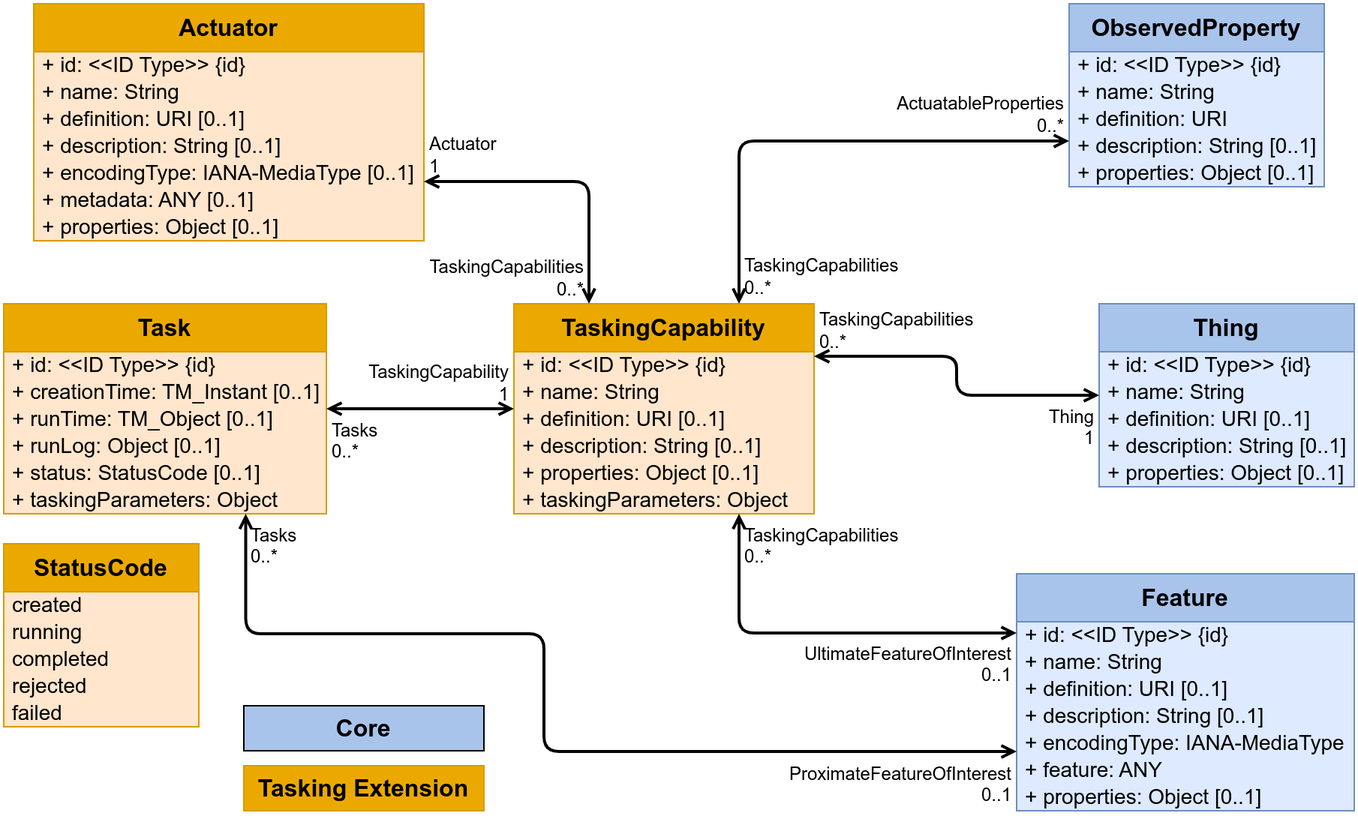
Before: figures/Datamodel-SensorThingsApi-V2-Tasking.drawio.png, a diagram exported from draw.io (opengeospatial/sensorthings). Source tidied: cells renumbered, new cells last; positions are measured from the earlier drawing's top-left corner, leaving out a move shared by most shapes.
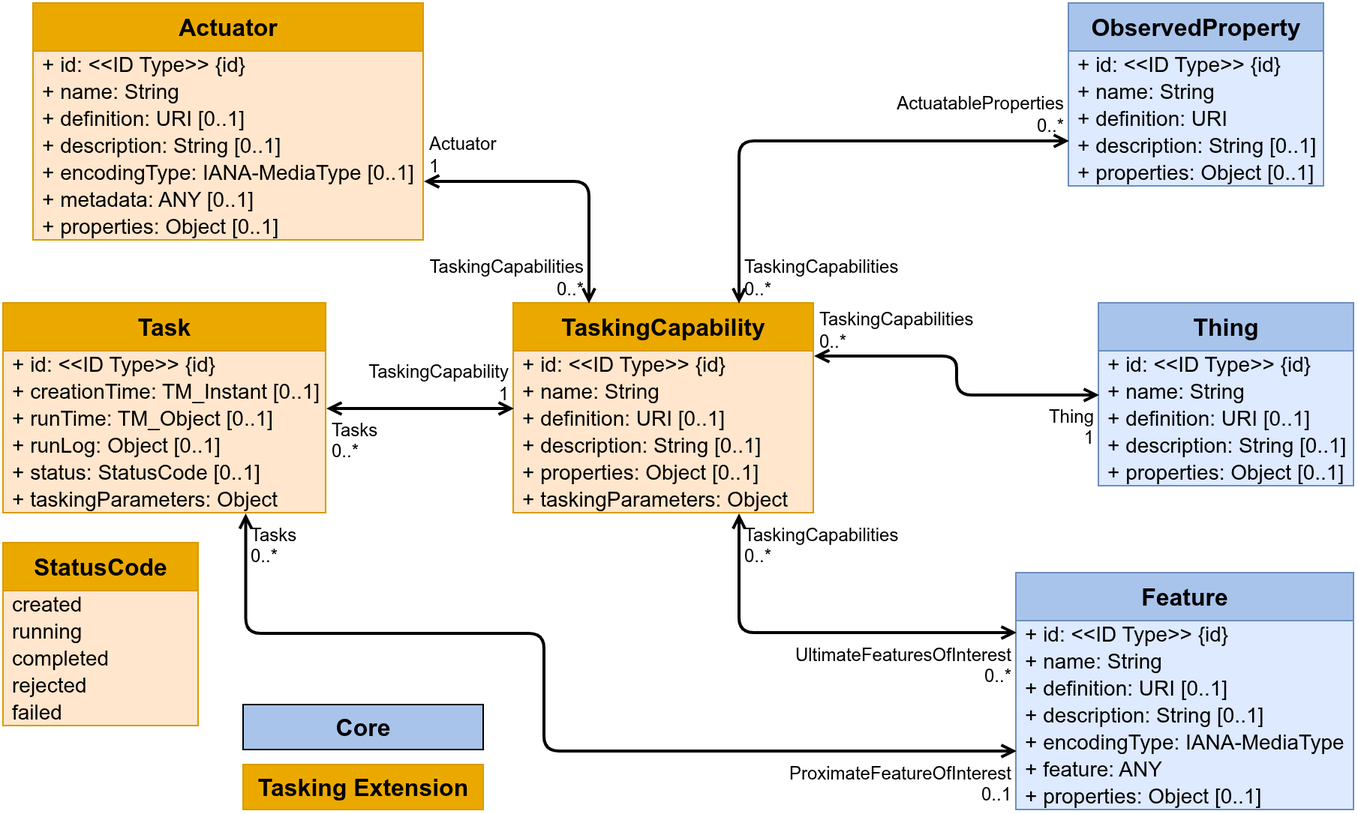
Above is the later version.

Commit message:
Updated images to match core model (UltimateFeaturesOfInterest)

Diff of the diagram source:
```diff
@@ -170,7 +170,7 @@
     <mxCell id="57" style="endArrow=open;startArrow=open;html=1;rounded=1;exitX=0;exitY=0.25;exitDx=0;exitDy=0;edgeStyle=orthogonalEdgeStyle;entryX=0.75;entryY=1;entryDx=0;entryDy=0;curved=0;strokeWidth=2;startFill=0;endFill=0;" parent="1" edge="1" source="2" target="38">
       <mxGeometry relative="1" as="geometry" />
     </mxCell>
-    <mxCell id="58" value="UltimateFeatureOfInterest&lt;br&gt;0..1" style="edgeLabel;html=1;align=right;verticalAlign=top;labelBackgroundColor=none;fontSize=12;spacingLeft=1;spacing=3;spacingRight=2;" parent="57" vertex="1">
+    <mxCell id="58" value="UltimateFeaturesOfInterest&lt;br&gt;0..*" style="edgeLabel;html=1;align=right;verticalAlign=top;labelBackgroundColor=none;fontSize=12;spacingLeft=1;spacing=3;spacingRight=2;" parent="57" vertex="1">
       <mxGeometry x="-1" relative="1" as="geometry" />
     </mxCell>
     <mxCell id="59" value="TaskingCapabilities&lt;br&gt;0..*" style="edgeLabel;html=1;align=left;verticalAlign=top;labelBackgroundColor=none;fontSize=12;spacingLeft=1;spacing=3;spacingRight=2;" parent="57" vertex="1">
```
